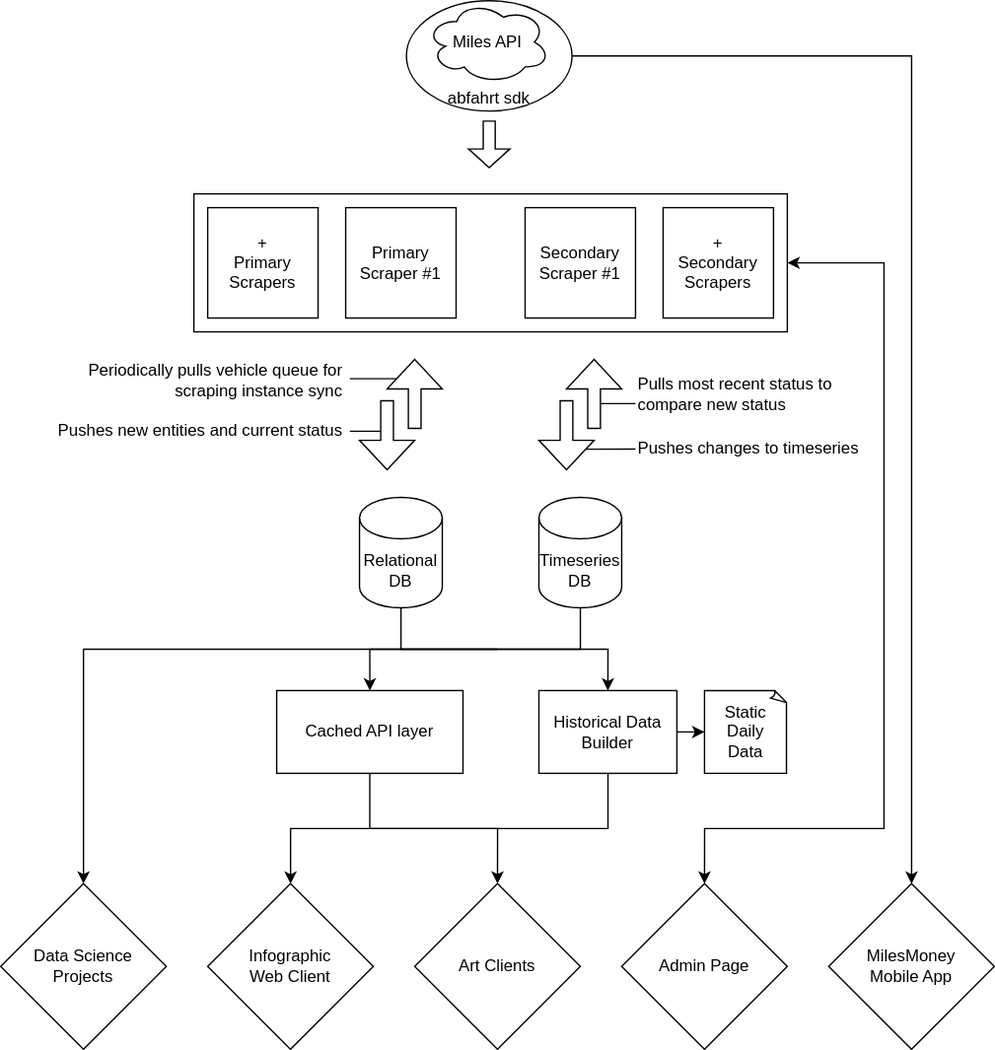
Earlier version of the draw.io export docs/Project Structure.drawio.svg (koenidv/vorfahrt). Source tidied: cells renumbered, new cells last; positions are measured from the earlier drawing's top-left corner, leaving out a move shared by most shapes.
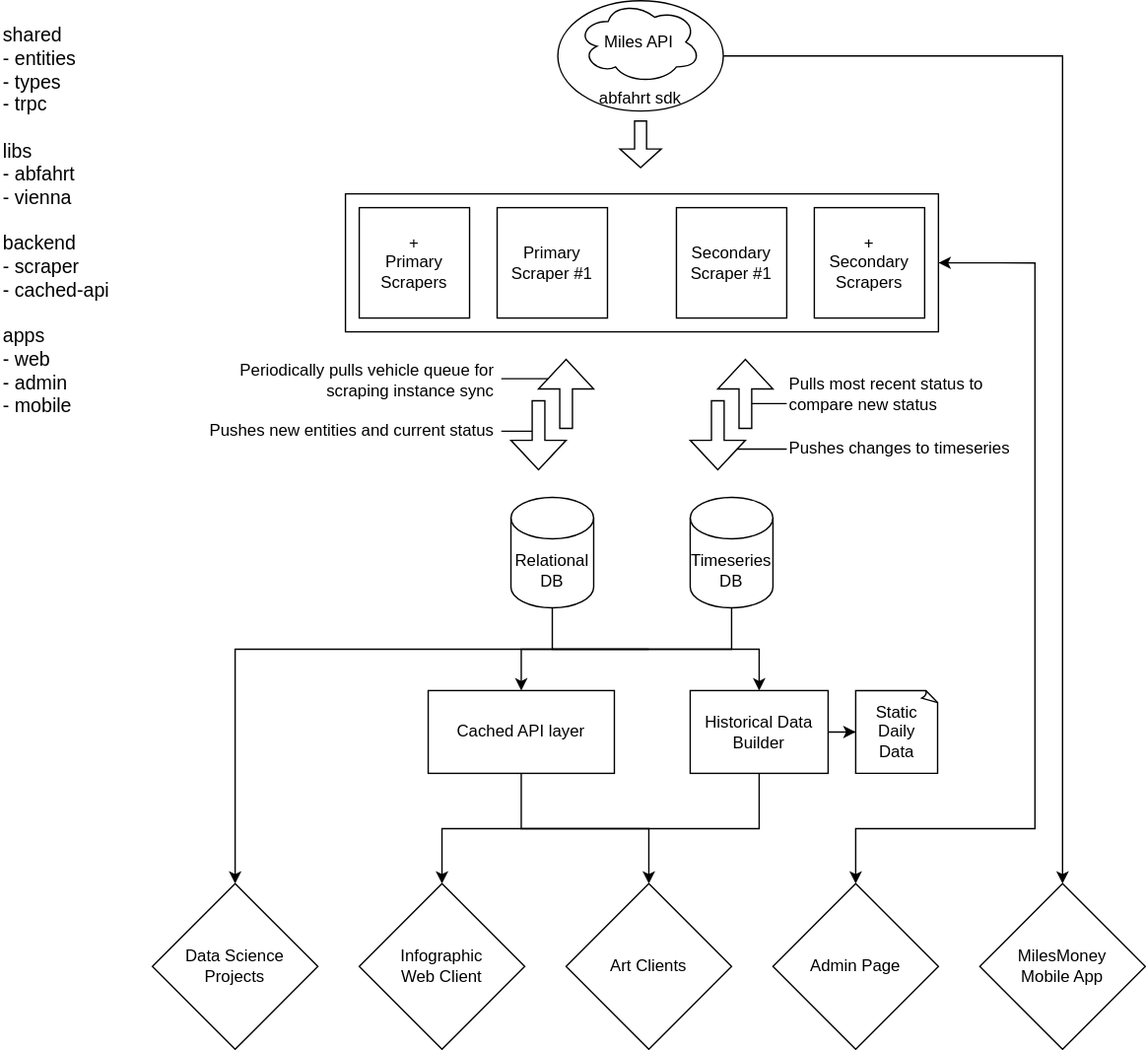
The same file after the commit.

Diff of the diagram source:
```diff
@@ -154,5 +154,8 @@
         </Array>
       </mxGeometry>
     </mxCell>
+    <mxCell id="40" value="shared&lt;br style=&quot;font-size: 14px;&quot;&gt;- entities&lt;br style=&quot;font-size: 14px;&quot;&gt;- types&lt;br style=&quot;font-size: 14px;&quot;&gt;- trpc&lt;br style=&quot;font-size: 14px;&quot;&gt;&lt;br style=&quot;font-size: 14px;&quot;&gt;libs&lt;br style=&quot;font-size: 14px;&quot;&gt;- abfahrt&lt;br style=&quot;font-size: 14px;&quot;&gt;- vienna&lt;br style=&quot;font-size: 14px;&quot;&gt;&lt;br style=&quot;font-size: 14px;&quot;&gt;backend&lt;br style=&quot;font-size: 14px;&quot;&gt;- scraper&lt;br style=&quot;font-size: 14px;&quot;&gt;- cached-api&lt;br style=&quot;font-size: 14px;&quot;&gt;&lt;br style=&quot;font-size: 14px;&quot;&gt;apps&lt;br style=&quot;font-size: 14px;&quot;&gt;- web&lt;br style=&quot;font-size: 14px;&quot;&gt;- admin&lt;br style=&quot;font-size: 14px;&quot;&gt;- mobile" style="text;strokeColor=none;align=left;fillColor=none;html=1;verticalAlign=top;whiteSpace=wrap;rounded=0;fontSize=14;" parent="1" vertex="1">
+      <mxGeometry x="-110" y="10" width="80" height="270" as="geometry" />
+    </mxCell>
   </root>
 </mxGraphModel>
```
